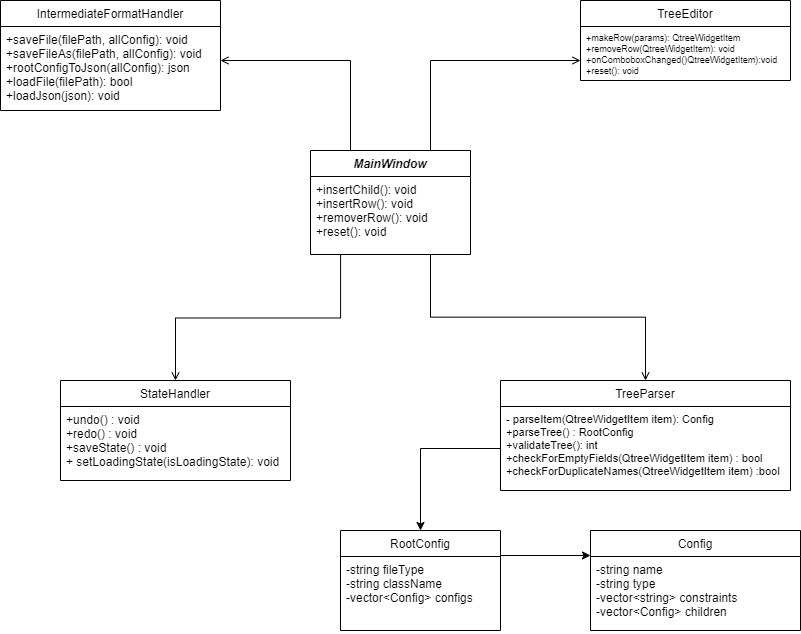
Above: Diagrams/gui_class_diagram.drawio.png in islamwagih/Class-Generator (draw.io), before the change. Source tidied: cells renumbered, new cells last; positions are measured from the earlier drawing's top-left corner, leaving out a move shared by most shapes.
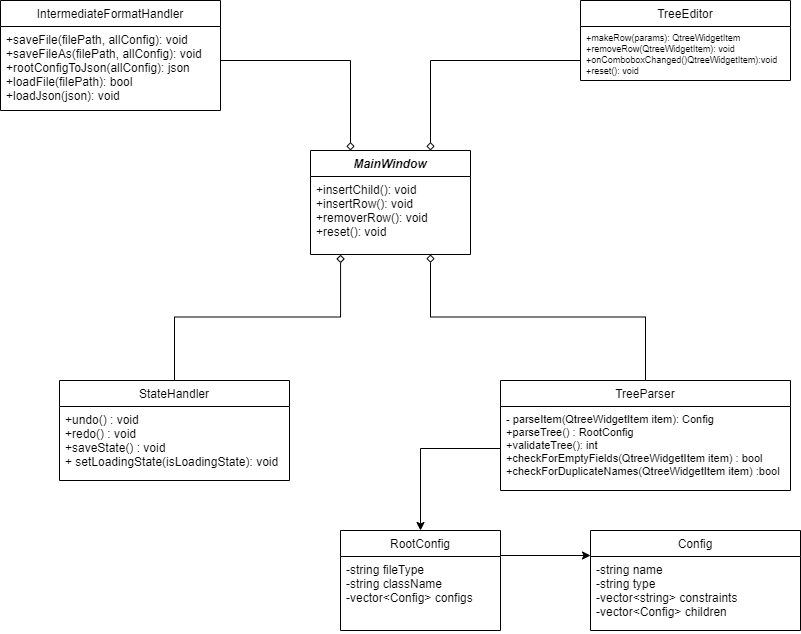
After the change.

Commit message:
Update GUI Class Diagram

The edit, as a diff of the source:
```diff
@@ -14,7 +14,7 @@
     <mxCell id="5" value="- parseItem(QtreeWidgetItem item): Config&#10;+parseTree() : RootConfig&#10;+validateTree(): int&#10;+checkForEmptyFields(QtreeWidgetItem item) : bool&#10;+checkForDuplicateNames(QtreeWidgetItem item) :bool" style="text;align=left;verticalAlign=top;spacingLeft=4;spacingRight=4;overflow=hidden;points=[[0,0.5],[1,0.5]];portConstraint=eastwest;fontSize=11;" parent="4" vertex="1">
       <mxGeometry y="26" width="290" height="84" as="geometry" />
     </mxCell>
-    <mxCell id="6" style="endArrow=open;shadow=0;strokeWidth=1;rounded=0;endFill=1;edgeStyle=elbowEdgeStyle;elbow=vertical;exitX=0.75;exitY=1;exitDx=0;exitDy=0;" parent="1" edge="1" source="2" target="4">
+    <mxCell id="6" style="endArrow=none;shadow=0;strokeWidth=1;rounded=0;endFill=0;edgeStyle=elbowEdgeStyle;elbow=vertical;exitX=0.75;exitY=1;exitDx=0;exitDy=0;startArrow=diamond;startFill=0;" parent="1" edge="1" source="2" target="4">
       <mxGeometry x="0.5" y="41" relative="1" as="geometry">
         <mxPoint x="-40" y="32" as="offset" />
       </mxGeometry>
@@ -25,7 +25,7 @@
     <mxCell id="8" value="+makeRow(params): QtreeWidgetItem&#10;+removeRow(QtreeWidgetItem): void&#10;+onComboboxChanged()QtreeWidgetItem):void&#10;+reset(): void" style="text;align=left;verticalAlign=top;spacingLeft=4;spacingRight=4;overflow=hidden;fontSize=9;" parent="7" vertex="1">
       <mxGeometry y="26" width="210" height="54" as="geometry" />
     </mxCell>
-    <mxCell id="9" style="endArrow=open;shadow=0;strokeWidth=1;rounded=0;endFill=1;edgeStyle=elbowEdgeStyle;elbow=vertical;exitX=0.75;exitY=0;exitDx=0;exitDy=0;" parent="1" edge="1" source="2">
+    <mxCell id="9" style="endArrow=none;shadow=0;strokeWidth=1;rounded=0;endFill=0;edgeStyle=elbowEdgeStyle;elbow=vertical;exitX=0.75;exitY=0;exitDx=0;exitDy=0;startArrow=diamond;startFill=0;" parent="1" edge="1" source="2">
       <mxGeometry x="0.5" y="41" relative="1" as="geometry">
         <mxPoint x="580" y="60" as="targetPoint" />
         <Array as="points">
@@ -41,7 +41,7 @@
     <mxCell id="11" value="+saveFile(filePath, allConfig): void&#10;+saveFileAs(filePath, allConfig): void&#10;+rootConfigToJson(allConfig): json&#10;+loadFile(filePath): bool&#10;+loadJson(json): void" style="text;align=left;verticalAlign=top;spacingLeft=4;spacingRight=4;overflow=hidden;" parent="10" vertex="1">
       <mxGeometry y="26" width="220" height="84" as="geometry" />
     </mxCell>
-    <mxCell id="12" style="endArrow=open;shadow=0;strokeWidth=1;rounded=0;endFill=1;edgeStyle=elbowEdgeStyle;elbow=vertical;exitX=0.25;exitY=0;exitDx=0;exitDy=0;" parent="1" edge="1" source="2">
+    <mxCell id="12" style="endArrow=none;shadow=0;strokeWidth=1;rounded=0;endFill=0;edgeStyle=elbowEdgeStyle;elbow=vertical;exitX=0.25;exitY=0;exitDx=0;exitDy=0;startArrow=diamond;startFill=0;" parent="1" edge="1" source="2">
       <mxGeometry x="0.5" y="41" relative="1" as="geometry">
         <mxPoint x="220" y="60" as="targetPoint" />
         <Array as="points">
@@ -52,12 +52,12 @@
       </mxGeometry>
     </mxCell>
     <mxCell id="13" value="StateHandler" style="swimlane;fontStyle=0;align=center;verticalAlign=top;horizontal=1;startSize=26;rounded=0;shadow=0;strokeWidth=1;" parent="1" vertex="1">
-      <mxGeometry x="60" y="380" width="230" height="100" as="geometry" />
+      <mxGeometry x="59" y="380" width="230" height="100" as="geometry" />
     </mxCell>
     <mxCell id="14" value="+undo() : void&#10;+redo() : void&#10;+saveState() : void&#10;+ setLoadingState(isLoadingState): void" style="text;align=left;verticalAlign=top;spacingLeft=4;spacingRight=4;overflow=hidden;" parent="13" vertex="1">
       <mxGeometry y="26" width="230" height="74" as="geometry" />
     </mxCell>
-    <mxCell id="15" style="endArrow=open;shadow=0;strokeWidth=1;rounded=0;endFill=1;edgeStyle=elbowEdgeStyle;elbow=vertical;entryX=0.5;entryY=0;entryDx=0;entryDy=0;exitX=0.188;exitY=1.003;exitDx=0;exitDy=0;exitPerimeter=0;" parent="1" edge="1" source="3" target="13">
+    <mxCell id="15" style="endArrow=none;shadow=0;strokeWidth=1;rounded=0;endFill=0;edgeStyle=elbowEdgeStyle;elbow=vertical;entryX=0.5;entryY=0;entryDx=0;entryDy=0;exitX=0.188;exitY=1.003;exitDx=0;exitDy=0;exitPerimeter=0;startArrow=diamond;startFill=0;" parent="1" edge="1" source="3" target="13">
       <mxGeometry x="0.5" y="41" relative="1" as="geometry">
         <mxPoint x="-40" y="32" as="offset" />
       </mxGeometry>
```
